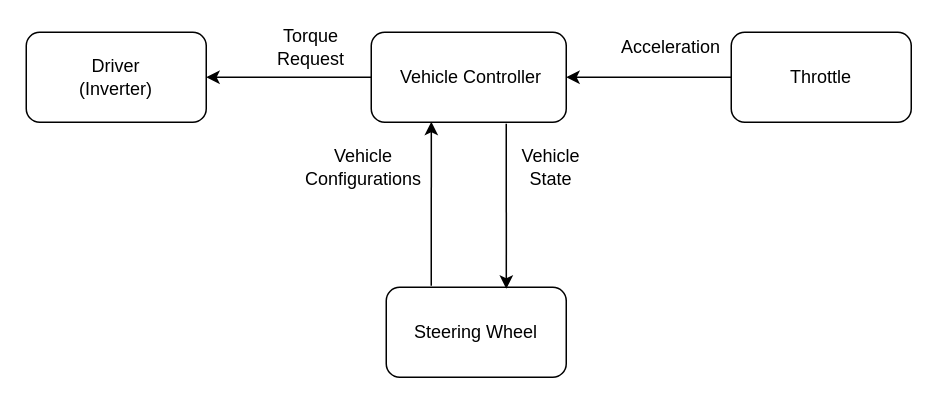
The draw.io diagram Detailed Diagram.drawio in Mostafa1Mahmoud/FlowChartofCarControlingSystem, before the edit. Source tidied: cells renumbered, new cells numbered last; positions are measured from the earlier drawing's top-left corner, leaving out a move shared by most shapes. Both pictures are drawn from the tidied source at 150%, with x=0, y=0 at pixel (26, 32).
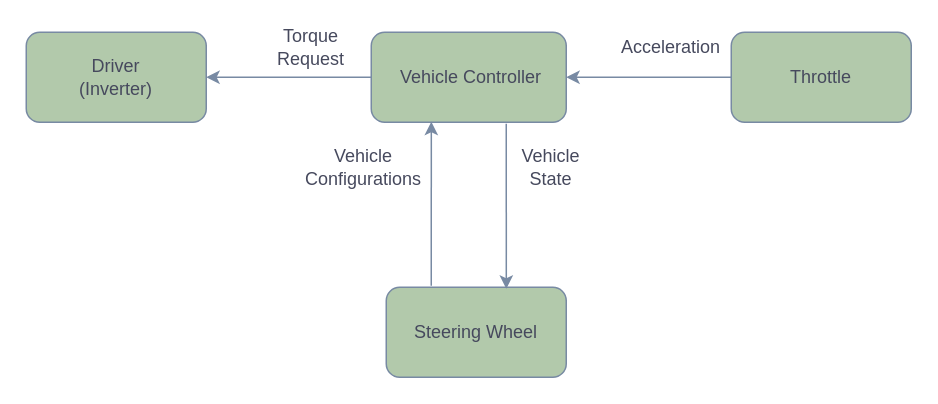
After the change.

The edit, as a diff of the source:
```diff
@@
 <mxGraphModel>
   <root>
     <mxCell id="0" />
     <mxCell id="1" parent="0" />
-    <mxCell id="2" style="rounded=1;whiteSpace=wrap;html=1;" parent="1" vertex="1">
+    <mxCell id="2" style="rounded=1;whiteSpace=wrap;html=1;fillColor=#B2C9AB;strokeColor=#788AA3;fontColor=#46495D;" parent="1" vertex="1">
       <mxGeometry x="230" width="130" height="60" as="geometry" />
     </mxCell>
-    <mxCell id="3" value="Vehicle Controller&amp;nbsp;&amp;nbsp;" style="text;html=1;strokeColor=none;fillColor=none;align=center;verticalAlign=middle;whiteSpace=wrap;rounded=0;" parent="1" vertex="1">
+    <mxCell id="3" value="Vehicle Controller&amp;nbsp;&amp;nbsp;" style="text;html=1;strokeColor=none;fillColor=none;align=center;verticalAlign=middle;whiteSpace=wrap;rounded=0;fontColor=#46495D;" parent="1" vertex="1">
       <mxGeometry x="245" y="20" width="110" height="20" as="geometry" />
     </mxCell>
-    <mxCell id="4" style="rounded=1;whiteSpace=wrap;html=1;" parent="1" vertex="1">
+    <mxCell id="4" style="rounded=1;whiteSpace=wrap;html=1;fillColor=#B2C9AB;strokeColor=#788AA3;fontColor=#46495D;" parent="1" vertex="1">
       <mxGeometry x="240" y="170" width="120" height="60" as="geometry" />
     </mxCell>
-    <mxCell id="5" value="Steering Wheel" style="text;html=1;strokeColor=none;fillColor=none;align=center;verticalAlign=middle;whiteSpace=wrap;rounded=0;" parent="1" vertex="1">
+    <mxCell id="5" value="Steering Wheel" style="text;html=1;strokeColor=none;fillColor=none;align=center;verticalAlign=middle;whiteSpace=wrap;rounded=0;fontColor=#46495D;" parent="1" vertex="1">
       <mxGeometry x="250" y="180" width="100" height="40" as="geometry" />
     </mxCell>
-    <mxCell id="6" style="endArrow=classic;html=1;entryX=0.667;entryY=0.017;entryDx=0;entryDy=0;entryPerimeter=0;" parent="1" edge="1" target="4">
+    <mxCell id="6" style="endArrow=classic;html=1;entryX=0.667;entryY=0.017;entryDx=0;entryDy=0;entryPerimeter=0;strokeColor=#788AA3;fontColor=#46495D;" parent="1" edge="1" target="4">
       <mxGeometry relative="1" as="geometry">
         <mxPoint x="320" y="61" as="sourcePoint" />
       </mxGeometry>
     </mxCell>
-    <mxCell id="7" style="endArrow=classic;html=1;entryX=0.308;entryY=0.994;entryDx=0;entryDy=0;entryPerimeter=0;" parent="1" edge="1" target="2">
+    <mxCell id="7" style="endArrow=classic;html=1;entryX=0.308;entryY=0.994;entryDx=0;entryDy=0;entryPerimeter=0;strokeColor=#788AA3;fontColor=#46495D;" parent="1" edge="1" target="2">
       <mxGeometry relative="1" as="geometry">
         <mxPoint x="270" y="169" as="sourcePoint" />
       </mxGeometry>
     </mxCell>
-    <mxCell id="8" style="rounded=1;whiteSpace=wrap;html=1;" parent="1" vertex="1">
+    <mxCell id="8" style="rounded=1;whiteSpace=wrap;html=1;fillColor=#B2C9AB;strokeColor=#788AA3;fontColor=#46495D;" parent="1" vertex="1">
       <mxGeometry x="470" width="120" height="60" as="geometry" />
     </mxCell>
-    <mxCell id="9" value="Throttle" style="text;html=1;strokeColor=none;fillColor=none;align=center;verticalAlign=middle;whiteSpace=wrap;rounded=0;" parent="1" vertex="1">
+    <mxCell id="9" value="Throttle" style="text;html=1;strokeColor=none;fillColor=none;align=center;verticalAlign=middle;whiteSpace=wrap;rounded=0;fontColor=#46495D;" parent="1" vertex="1">
       <mxGeometry x="490" y="15" width="80" height="30" as="geometry" />
     </mxCell>
-    <mxCell id="10" style="endArrow=classic;html=1;exitX=0;exitY=0.5;exitDx=0;exitDy=0;" parent="1" edge="1" source="8">
+    <mxCell id="10" style="endArrow=classic;html=1;exitX=0;exitY=0.5;exitDx=0;exitDy=0;strokeColor=#788AA3;fontColor=#46495D;" parent="1" edge="1" source="8">
       <mxGeometry relative="1" as="geometry">
         <mxPoint x="360" y="30" as="targetPoint" />
       </mxGeometry>
     </mxCell>
-    <mxCell id="11" value="Acceleration" style="text;html=1;strokeColor=none;fillColor=none;align=center;verticalAlign=middle;whiteSpace=wrap;rounded=0;" parent="1" vertex="1">
+    <mxCell id="11" value="Acceleration" style="text;html=1;strokeColor=none;fillColor=none;align=center;verticalAlign=middle;whiteSpace=wrap;rounded=0;fontColor=#46495D;" parent="1" vertex="1">
       <mxGeometry x="410" width="40" height="20" as="geometry" />
     </mxCell>
-    <mxCell id="12" value="Vehicle Configurations" style="text;html=1;strokeColor=none;fillColor=none;align=center;verticalAlign=middle;whiteSpace=wrap;rounded=0;" parent="1" vertex="1">
+    <mxCell id="12" value="Vehicle Configurations" style="text;html=1;strokeColor=none;fillColor=none;align=center;verticalAlign=middle;whiteSpace=wrap;rounded=0;fontColor=#46495D;" parent="1" vertex="1">
       <mxGeometry x="170" y="80" width="110" height="20" as="geometry" />
     </mxCell>
-    <mxCell id="13" value="Vehicle&lt;br&gt;State" style="text;html=1;strokeColor=none;fillColor=none;align=center;verticalAlign=middle;whiteSpace=wrap;rounded=0;" parent="1" vertex="1">
+    <mxCell id="13" value="Vehicle&lt;br&gt;State" style="text;html=1;strokeColor=none;fillColor=none;align=center;verticalAlign=middle;whiteSpace=wrap;rounded=0;fontColor=#46495D;" parent="1" vertex="1">
       <mxGeometry x="330" y="80" width="40" height="20" as="geometry" />
     </mxCell>
-    <mxCell id="14" style="rounded=1;whiteSpace=wrap;html=1;" parent="1" vertex="1">
+    <mxCell id="14" style="rounded=1;whiteSpace=wrap;html=1;fillColor=#B2C9AB;strokeColor=#788AA3;fontColor=#46495D;" parent="1" vertex="1">
       <mxGeometry width="120" height="60" as="geometry" />
     </mxCell>
-    <mxCell id="15" value="Driver&lt;br&gt;(Inverter)" style="text;html=1;strokeColor=none;fillColor=none;align=center;verticalAlign=middle;whiteSpace=wrap;rounded=0;" parent="1" vertex="1">
+    <mxCell id="15" value="Driver&lt;br&gt;(Inverter)" style="text;html=1;strokeColor=none;fillColor=none;align=center;verticalAlign=middle;whiteSpace=wrap;rounded=0;fontColor=#46495D;" parent="1" vertex="1">
       <mxGeometry x="40" y="20" width="40" height="20" as="geometry" />
     </mxCell>
-    <mxCell id="16" style="endArrow=classic;html=1;entryX=1;entryY=0.5;entryDx=0;entryDy=0;exitX=0;exitY=0.5;exitDx=0;exitDy=0;" parent="1" edge="1" source="2" target="14">
+    <mxCell id="16" style="endArrow=classic;html=1;entryX=1;entryY=0.5;entryDx=0;entryDy=0;exitX=0;exitY=0.5;exitDx=0;exitDy=0;strokeColor=#788AA3;fontColor=#46495D;" parent="1" edge="1" source="2" target="14">
       <mxGeometry relative="1" as="geometry" />
     </mxCell>
-    <mxCell id="17" value="Torque&lt;br&gt;Request" style="text;html=1;strokeColor=none;fillColor=none;align=center;verticalAlign=middle;whiteSpace=wrap;rounded=0;" parent="1" vertex="1">
+    <mxCell id="17" value="Torque&lt;br&gt;Request" style="text;html=1;strokeColor=none;fillColor=none;align=center;verticalAlign=middle;whiteSpace=wrap;rounded=0;fontColor=#46495D;" parent="1" vertex="1">
       <mxGeometry x="170" width="40" height="20" as="geometry" />
     </mxCell>
   </root>
 </mxGraphModel>
```
